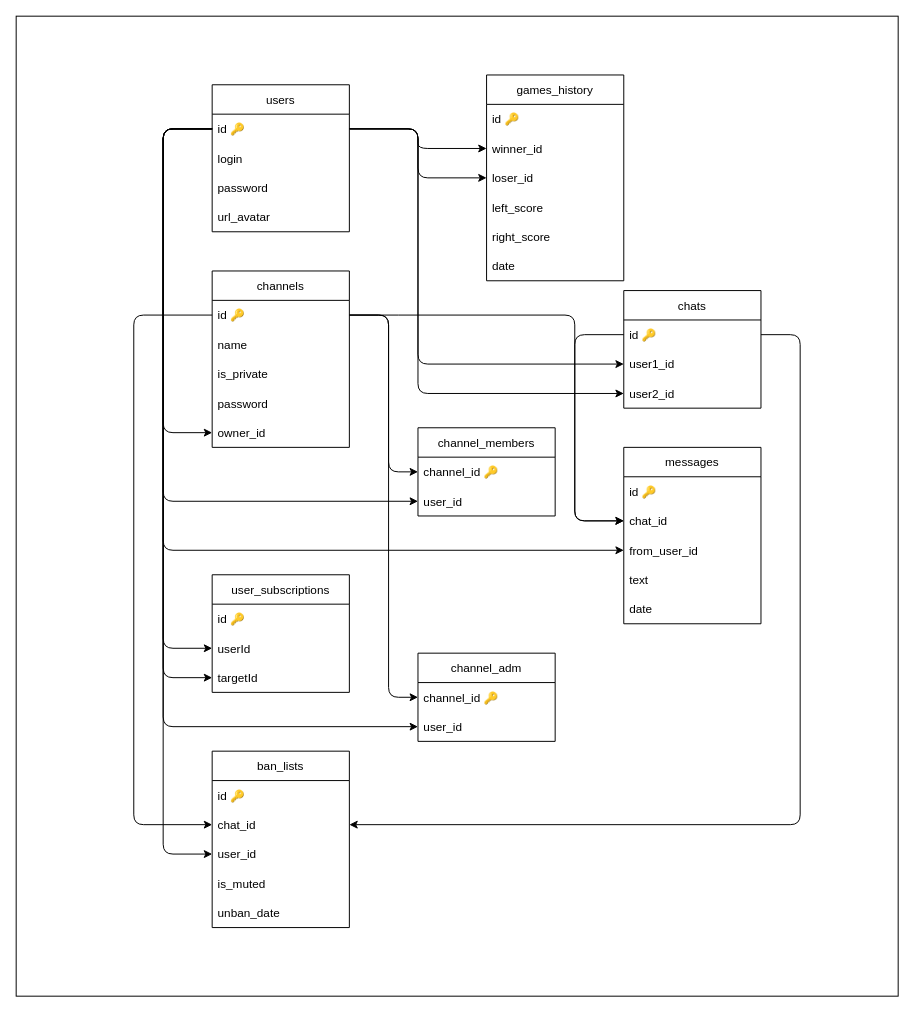
Above: db/schema/relations.drawio in bandrw/ft_transcendence (draw.io), before the change. Source tidied: cells renumbered, new cells numbered last; positions are measured from the earlier drawing's top-left corner, leaving out a move shared by most shapes. Both pictures are drawn from the tidied source at 98%, with x=0, y=0 at pixel (16, 16).
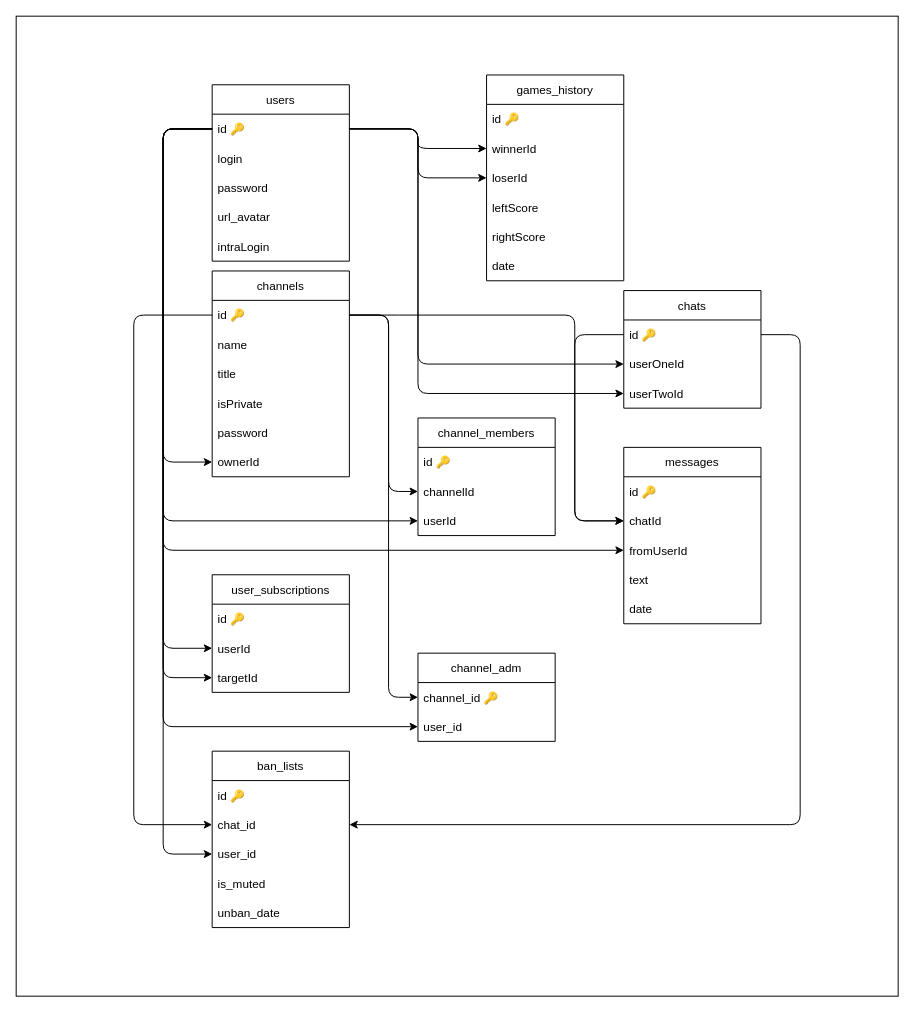
The same diagram, later.

The change refers to these unchanged cells:
```xml
<mxCell id="4" value="id 🔑" style="text;strokeColor=none;fillColor=none;align=left;verticalAlign=middle;spacingLeft=4;spacingRight=4;overflow=hidden;points=[[0,0.5],[1,0.5]];portConstraint=eastwest;" parent="3" vertex="1">
  <mxGeometry y="30" width="140" height="30" as="geometry" />
</mxCell>
<mxCell id="8" value="games_history" style="swimlane;fontStyle=0;horizontal=1;startSize=30;" parent="1" vertex="1">
  <mxGeometry x="480" y="60" width="140" height="210" as="geometry" />
</mxCell>
<mxCell id="18" value="id 🔑" style="text;strokeColor=none;fillColor=none;align=left;verticalAlign=middle;spacingLeft=4;spacingRight=4;overflow=hidden;points=[[0,0.5],[1,0.5]];portConstraint=eastwest;" parent="17" vertex="1">
  <mxGeometry y="30" width="140" height="30" as="geometry" />
</mxCell>
<mxCell id="29" value="messages" style="swimlane;fontStyle=0;horizontal=1;startSize=30;" parent="1" vertex="1">
  <mxGeometry x="620" y="440" width="140" height="180" as="geometry" />
</mxCell>
<mxCell id="36" value="chats" style="swimlane;fontStyle=0;horizontal=1;startSize=30;" parent="1" vertex="1">
  <mxGeometry x="620" y="280" width="140" height="120" as="geometry" />
</mxCell>
```

What changed in the source:
```diff
@@
     <mxCell id="3" value="users" style="swimlane;fontStyle=0;horizontal=1;startSize=30;" parent="1" vertex="1">
-      <mxGeometry x="200" y="70" width="140" height="150" as="geometry" />
+      <mxGeometry x="200" y="70" width="140" height="180" as="geometry" />
     </mxCell>
@@
+    <mxCell id="64" value="intraLogin" style="text;strokeColor=none;fillColor=none;align=left;verticalAlign=middle;spacingLeft=4;spacingRight=4;overflow=hidden;" parent="3" vertex="1">
+      <mxGeometry y="150" width="140" height="30" as="geometry" />
+    </mxCell>
@@
-    <mxCell id="10" value="winner_id" style="text;strokeColor=none;fillColor=none;align=left;verticalAlign=middle;spacingLeft=4;spacingRight=4;overflow=hidden;points=[[0,0.5],[1,0.5]];portConstraint=eastwest;" parent="8" vertex="1">
+    <mxCell id="10" value="winnerId" style="text;strokeColor=none;fillColor=none;align=left;verticalAlign=middle;spacingLeft=4;spacingRight=4;overflow=hidden;points=[[0,0.5],[1,0.5]];portConstraint=eastwest;" parent="8" vertex="1">
       <mxGeometry y="60" width="140" height="30" as="geometry" />
     </mxCell>
-    <mxCell id="11" value="loser_id" style="text;strokeColor=none;fillColor=none;align=left;verticalAlign=middle;spacingLeft=4;spacingRight=4;overflow=hidden;points=[[0,0.5],[1,0.5]];portConstraint=eastwest;" parent="8" vertex="1">
+    <mxCell id="11" value="loserId" style="text;strokeColor=none;fillColor=none;align=left;verticalAlign=middle;spacingLeft=4;spacingRight=4;overflow=hidden;points=[[0,0.5],[1,0.5]];portConstraint=eastwest;" parent="8" vertex="1">
       <mxGeometry y="90" width="140" height="30" as="geometry" />
     </mxCell>
-    <mxCell id="12" value="left_score" style="text;strokeColor=none;fillColor=none;align=left;verticalAlign=middle;spacingLeft=4;spacingRight=4;overflow=hidden;" parent="8" vertex="1">
+    <mxCell id="12" value="leftScore" style="text;strokeColor=none;fillColor=none;align=left;verticalAlign=middle;spacingLeft=4;spacingRight=4;overflow=hidden;" parent="8" vertex="1">
       <mxGeometry y="120" width="140" height="30" as="geometry" />
     </mxCell>
-    <mxCell id="13" value="right_score" style="text;strokeColor=none;fillColor=none;align=left;verticalAlign=middle;spacingLeft=4;spacingRight=4;overflow=hidden;" parent="8" vertex="1">
+    <mxCell id="13" value="rightScore" style="text;strokeColor=none;fillColor=none;align=left;verticalAlign=middle;spacingLeft=4;spacingRight=4;overflow=hidden;" parent="8" vertex="1">
       <mxGeometry y="150" width="140" height="30" as="geometry" />
     </mxCell>
@@
     <mxCell id="17" value="channels" style="swimlane;fontStyle=0;horizontal=1;startSize=30;" parent="1" vertex="1">
-      <mxGeometry x="200" y="260" width="140" height="180" as="geometry" />
+      <mxGeometry x="200" y="260" width="140" height="210" as="geometry" />
     </mxCell>
@@
+    <mxCell id="65" value="title" style="text;strokeColor=none;fillColor=none;align=left;verticalAlign=middle;spacingLeft=4;spacingRight=4;overflow=hidden;" parent="17" vertex="1">
+      <mxGeometry y="90" width="140" height="30" as="geometry" />
+    </mxCell>
-    <mxCell id="20" value="is_private" style="text;strokeColor=none;fillColor=none;align=left;verticalAlign=middle;spacingLeft=4;spacingRight=4;overflow=hidden;" parent="17" vertex="1">
-      <mxGeometry y="90" width="140" height="30" as="geometry" />
+    <mxCell id="20" value="isPrivate" style="text;strokeColor=none;fillColor=none;align=left;verticalAlign=middle;spacingLeft=4;spacingRight=4;overflow=hidden;" parent="17" vertex="1">
+      <mxGeometry y="120" width="140" height="30" as="geometry" />
     </mxCell>
     <mxCell id="21" value="password" style="text;strokeColor=none;fillColor=none;align=left;verticalAlign=middle;spacingLeft=4;spacingRight=4;overflow=hidden;" parent="17" vertex="1">
-      <mxGeometry y="120" width="140" height="30" as="geometry" />
+      <mxGeometry y="150" width="140" height="30" as="geometry" />
     </mxCell>
-    <mxCell id="22" value="owner_id" style="text;strokeColor=none;fillColor=none;align=left;verticalAlign=middle;spacingLeft=4;spacingRight=4;overflow=hidden;points=[[0,0.5],[1,0.5]];portConstraint=eastwest;" parent="17" vertex="1">
-      <mxGeometry y="150" width="140" height="30" as="geometry" />
+    <mxCell id="22" value="ownerId" style="text;strokeColor=none;fillColor=none;align=left;verticalAlign=middle;spacingLeft=4;spacingRight=4;overflow=hidden;points=[[0,0.5],[1,0.5]];portConstraint=eastwest;" parent="17" vertex="1">
+      <mxGeometry y="180" width="140" height="30" as="geometry" />
     </mxCell>
     <mxCell id="23" value="channel_members" style="swimlane;fontStyle=0;horizontal=1;startSize=30;" parent="1" vertex="1">
-      <mxGeometry x="410" y="420" width="140" height="90" as="geometry" />
+      <mxGeometry x="410" y="410" width="140" height="120" as="geometry" />
     </mxCell>
-    <mxCell id="24" value="channel_id 🔑" style="text;strokeColor=none;fillColor=none;align=left;verticalAlign=middle;spacingLeft=4;spacingRight=4;overflow=hidden;points=[[0,0.5],[1,0.5]];portConstraint=eastwest;" parent="23" vertex="1">
+    <mxCell id="24" value="id 🔑" style="text;strokeColor=none;fillColor=none;align=left;verticalAlign=middle;spacingLeft=4;spacingRight=4;overflow=hidden;points=[[0,0.5],[1,0.5]];portConstraint=eastwest;" parent="23" vertex="1">
       <mxGeometry y="30" width="140" height="30" as="geometry" />
     </mxCell>
+    <mxCell id="66" value="channelId" style="text;strokeColor=none;fillColor=none;align=left;verticalAlign=middle;spacingLeft=4;spacingRight=4;overflow=hidden;points=[[0,0.5],[1,0.5]];portConstraint=eastwest;" parent="23" vertex="1">
+      <mxGeometry y="60" width="140" height="30" as="geometry" />
+    </mxCell>
-    <mxCell id="25" value="user_id" style="text;strokeColor=none;fillColor=none;align=left;verticalAlign=middle;spacingLeft=4;spacingRight=4;overflow=hidden;points=[[0,0.5],[1,0.5]];portConstraint=eastwest;" parent="23" vertex="1">
-      <mxGeometry y="60" width="140" height="30" as="geometry" />
+    <mxCell id="25" value="userId" style="text;strokeColor=none;fillColor=none;align=left;verticalAlign=middle;spacingLeft=4;spacingRight=4;overflow=hidden;points=[[0,0.5],[1,0.5]];portConstraint=eastwest;" parent="23" vertex="1">
+      <mxGeometry y="90" width="140" height="30" as="geometry" />
     </mxCell>
     <mxCell id="26" style="endArrow=classic;html=1;rounded=1;exitX=0;exitY=0.5;exitDx=0;exitDy=0;entryX=0;entryY=0.5;entryDx=0;entryDy=0;" parent="1" edge="1" source="4" target="22">
       <mxGeometry relative="1" as="geometry">
         <Array as="points">
           <mxPoint x="150" y="115" />
-          <mxPoint x="150" y="425" />
+          <mxPoint x="150" y="455" />
         </Array>
       </mxGeometry>
     </mxCell>
-    <mxCell id="27" style="endArrow=classic;html=1;rounded=1;exitX=1;exitY=0.5;exitDx=0;exitDy=0;entryX=0;entryY=0.5;entryDx=0;entryDy=0;" parent="1" edge="1" source="18" target="24">
+    <mxCell id="27" style="endArrow=classic;html=1;rounded=1;exitX=1;exitY=0.5;exitDx=0;exitDy=0;entryX=0;entryY=0.5;entryDx=0;entryDy=0;" parent="1" edge="1" source="18" target="66">
       <mxGeometry relative="1" as="geometry">
         <Array as="points">
           <mxPoint x="380" y="305" />
-          <mxPoint x="380" y="465" />
+          <mxPoint x="380" y="485" />
         </Array>
       </mxGeometry>
     </mxCell>
     <mxCell id="28" style="endArrow=classic;html=1;rounded=1;exitX=0;exitY=0.5;exitDx=0;exitDy=0;entryX=0;entryY=0.5;entryDx=0;entryDy=0;" parent="1" edge="1" source="4" target="25">
       <mxGeometry relative="1" as="geometry">
         <Array as="points">
           <mxPoint x="150" y="115" />
-          <mxPoint x="150" y="495" />
+          <mxPoint x="150" y="515" />
         </Array>
       </mxGeometry>
     </mxCell>
@@
-    <mxCell id="31" value="chat_id" style="text;strokeColor=none;fillColor=none;align=left;verticalAlign=middle;spacingLeft=4;spacingRight=4;overflow=hidden;points=[[0,0.5],[1,0.5]];portConstraint=eastwest;" parent="29" vertex="1">
+    <mxCell id="31" value="chatId" style="text;strokeColor=none;fillColor=none;align=left;verticalAlign=middle;spacingLeft=4;spacingRight=4;overflow=hidden;points=[[0,0.5],[1,0.5]];portConstraint=eastwest;" parent="29" vertex="1">
       <mxGeometry y="60" width="140" height="30" as="geometry" />
     </mxCell>
-    <mxCell id="32" value="from_user_id" style="text;strokeColor=none;fillColor=none;align=left;verticalAlign=middle;spacingLeft=4;spacingRight=4;overflow=hidden;points=[[0,0.5],[1,0.5]];portConstraint=eastwest;" parent="29" vertex="1">
+    <mxCell id="32" value="fromUserId" style="text;strokeColor=none;fillColor=none;align=left;verticalAlign=middle;spacingLeft=4;spacingRight=4;overflow=hidden;points=[[0,0.5],[1,0.5]];portConstraint=eastwest;" parent="29" vertex="1">
       <mxGeometry y="90" width="140" height="30" as="geometry" />
     </mxCell>
@@
-    <mxCell id="38" value="user1_id" style="text;strokeColor=none;fillColor=none;align=left;verticalAlign=middle;spacingLeft=4;spacingRight=4;overflow=hidden;points=[[0,0.5],[1,0.5]];portConstraint=eastwest;" parent="36" vertex="1">
+    <mxCell id="38" value="userOneId" style="text;strokeColor=none;fillColor=none;align=left;verticalAlign=middle;spacingLeft=4;spacingRight=4;overflow=hidden;points=[[0,0.5],[1,0.5]];portConstraint=eastwest;" parent="36" vertex="1">
       <mxGeometry y="60" width="140" height="30" as="geometry" />
     </mxCell>
-    <mxCell id="39" value="user2_id" style="text;strokeColor=none;fillColor=none;align=left;verticalAlign=middle;spacingLeft=4;spacingRight=4;overflow=hidden;points=[[0,0.5],[1,0.5]];portConstraint=eastwest;" parent="36" vertex="1">
+    <mxCell id="39" value="userTwoId" style="text;strokeColor=none;fillColor=none;align=left;verticalAlign=middle;spacingLeft=4;spacingRight=4;overflow=hidden;points=[[0,0.5],[1,0.5]];portConstraint=eastwest;" parent="36" vertex="1">
       <mxGeometry y="90" width="140" height="30" as="geometry" />
     </mxCell>
```
